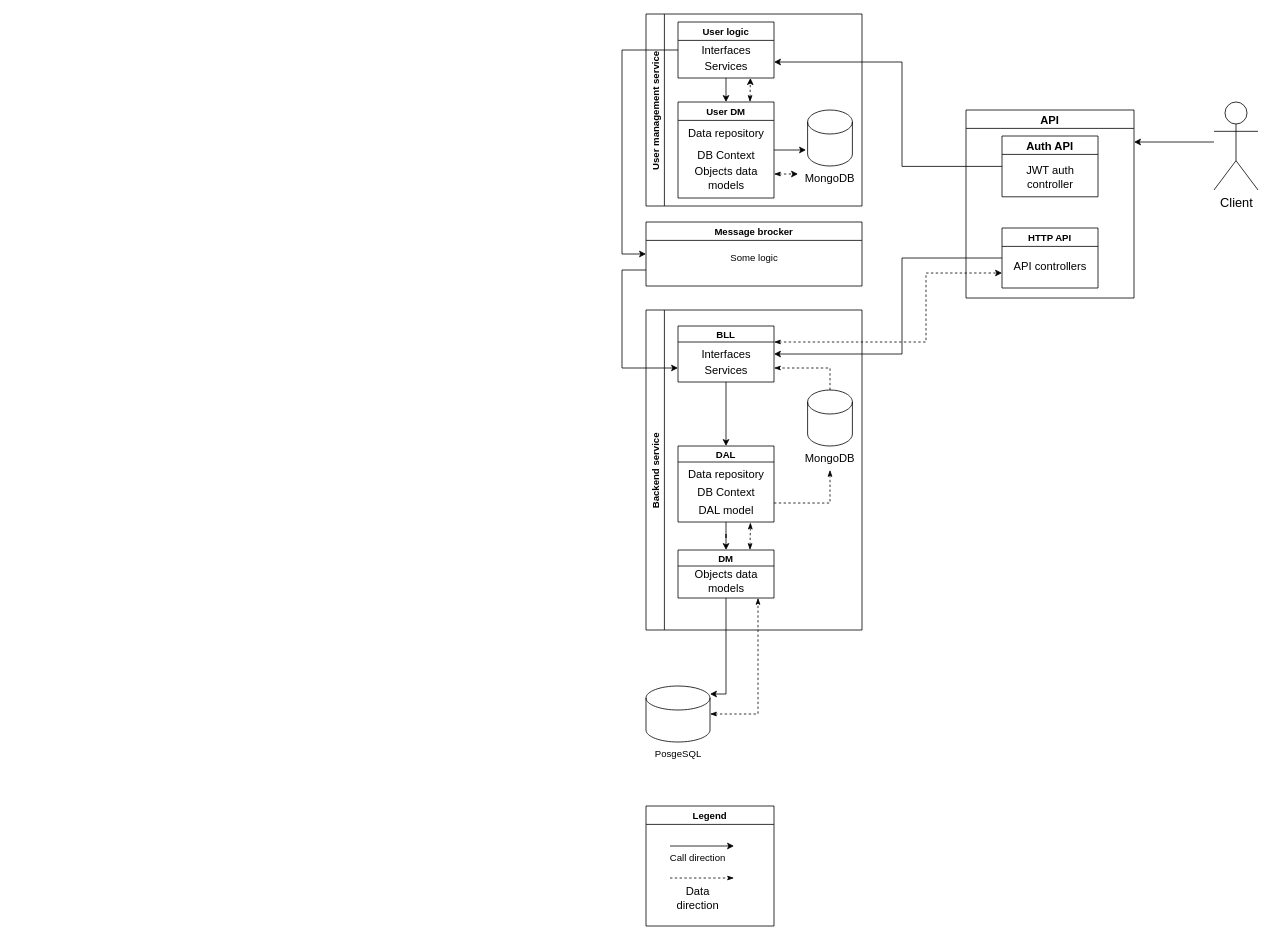
Above: app_flow.drawio in KravchenkoDevelop/SecretSantaGenerator (draw.io), before the change. Source tidied: cells renumbered, new cells numbered last; positions are measured from the earlier drawing's top-left corner, leaving out a move shared by most shapes. Both pictures are drawn from the tidied source at 80%, with x=0, y=0 at pixel (622, 14).
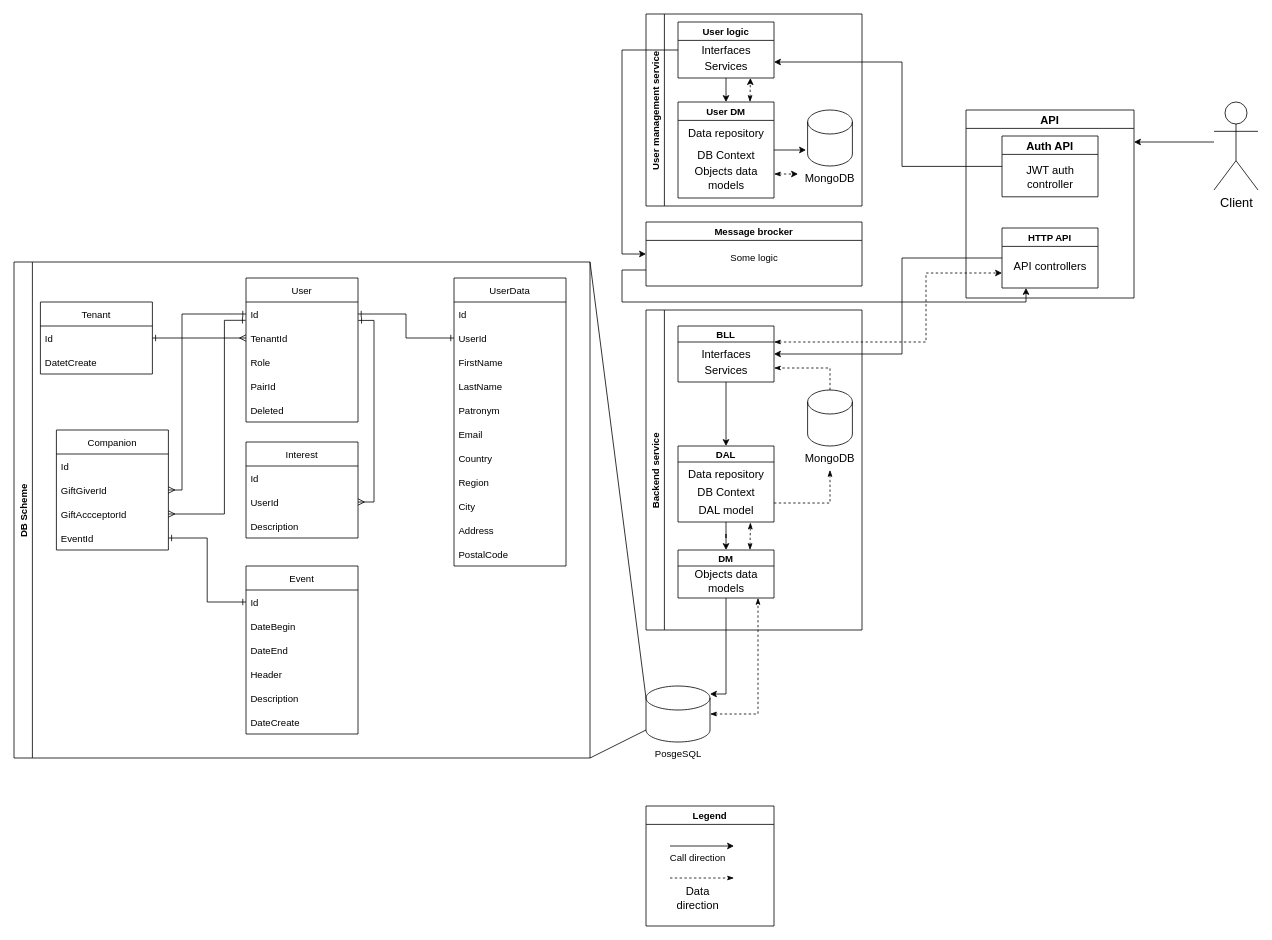
Above is the later version.

Unchanged cells that the change refers to:
```xml
<mxCell id="4" value="BLL" style="swimlane;startSize=20;" parent="2" vertex="1">
  <mxGeometry x="40" y="20" width="120" height="70" as="geometry" />
</mxCell>
<mxCell id="34" value="HTTP API" style="swimlane;" parent="31" vertex="1">
  <mxGeometry x="45" y="147.5" width="120" height="75" as="geometry" />
</mxCell>
<mxCell id="54" style="shape=cylinder3;whiteSpace=wrap;html=1;boundedLbl=1;backgroundOutline=1;size=15;" parent="51" vertex="1">
  <mxGeometry width="80" height="70" as="geometry" />
</mxCell>
<mxCell id="59" value="Message brocker" style="swimlane;" parent="1" vertex="1">
  <mxGeometry x="30" y="260" width="270" height="80" as="geometry" />
</mxCell>
```

What changed in the source:
```diff
@@
-    <mxCell id="58" style="edgeStyle=orthogonalEdgeStyle;rounded=0;jettySize=auto;html=1;exitX=0;exitY=0.75;exitDx=0;exitDy=0;startArrow=none;startFill=0;entryX=0;entryY=0.75;entryDx=0;entryDy=0;" parent="1" edge="1" source="59" target="4">
+    <mxCell id="58" style="edgeStyle=orthogonalEdgeStyle;rounded=0;jettySize=auto;html=1;exitX=0;exitY=0.75;exitDx=0;exitDy=0;startArrow=none;startFill=0;entryX=0.25;entryY=1;entryDx=0;entryDy=0;" parent="1" edge="1" source="59" target="34">
       <mxGeometry relative="1" as="geometry">
         <Array as="points">
           <mxPoint y="320" />
-          <mxPoint y="443" />
+          <mxPoint y="360" />
+          <mxPoint x="505" y="360" />
         </Array>
       </mxGeometry>
     </mxCell>
@@
+    <mxCell id="62" value="DB Scheme" style="swimlane;horizontal=0;" parent="1" vertex="1">
+      <mxGeometry x="-760" y="310" width="720" height="620" as="geometry" />
+    </mxCell>
+    <mxCell id="63" value="User" style="swimlane;fontStyle=0;horizontal=1;startSize=30;" parent="62" vertex="1">
+      <mxGeometry x="290" y="20" width="140" height="180" as="geometry" />
+    </mxCell>
+    <mxCell id="64" value="Id" style="text;strokeColor=none;fillColor=none;align=left;verticalAlign=middle;spacingLeft=4;spacingRight=4;overflow=hidden;points=[[0,0.5],[1,0.5]];portConstraint=eastwest;" parent="63" vertex="1">
+      <mxGeometry y="30" width="140" height="30" as="geometry" />
+    </mxCell>
+    <mxCell id="65" value="TenantId" style="text;strokeColor=none;fillColor=none;align=left;verticalAlign=middle;spacingLeft=4;spacingRight=4;overflow=hidden;points=[[0,0.5],[1,0.5]];portConstraint=eastwest;" parent="63" vertex="1">
+      <mxGeometry y="60" width="140" height="30" as="geometry" />
+    </mxCell>
+    <mxCell id="66" value="Role" style="text;strokeColor=none;fillColor=none;align=left;verticalAlign=middle;spacingLeft=4;spacingRight=4;overflow=hidden;" parent="63" vertex="1">
+      <mxGeometry y="90" width="140" height="30" as="geometry" />
+    </mxCell>
+    <mxCell id="67" value="PairId" style="text;strokeColor=none;fillColor=none;align=left;verticalAlign=middle;spacingLeft=4;spacingRight=4;overflow=hidden;" parent="63" vertex="1">
+      <mxGeometry y="120" width="140" height="30" as="geometry" />
+    </mxCell>
+    <mxCell id="68" value="Deleted" style="text;strokeColor=none;fillColor=none;align=left;verticalAlign=middle;spacingLeft=4;spacingRight=4;overflow=hidden;" parent="63" vertex="1">
+      <mxGeometry y="150" width="140" height="30" as="geometry" />
+    </mxCell>
+    <mxCell id="69" value="UserData" style="swimlane;fontStyle=0;horizontal=1;startSize=30;" parent="62" vertex="1">
+      <mxGeometry x="550" y="20" width="140" height="360" as="geometry" />
+    </mxCell>
+    <mxCell id="70" value="Id" style="text;strokeColor=none;fillColor=none;align=left;verticalAlign=middle;spacingLeft=4;spacingRight=4;overflow=hidden;" parent="69" vertex="1">
+      <mxGeometry y="30" width="140" height="30" as="geometry" />
+    </mxCell>
+    <mxCell id="71" value="UserId" style="text;strokeColor=none;fillColor=none;align=left;verticalAlign=middle;spacingLeft=4;spacingRight=4;overflow=hidden;points=[[0,0.5],[1,0.5]];portConstraint=eastwest;" parent="69" vertex="1">
+      <mxGeometry y="60" width="140" height="30" as="geometry" />
+    </mxCell>
+    <mxCell id="72" value="FirstName" style="text;strokeColor=none;fillColor=none;align=left;verticalAlign=middle;spacingLeft=4;spacingRight=4;overflow=hidden;" parent="69" vertex="1">
+      <mxGeometry y="90" width="140" height="30" as="geometry" />
+    </mxCell>
+    <mxCell id="73" value="LastName" style="text;strokeColor=none;fillColor=none;align=left;verticalAlign=middle;spacingLeft=4;spacingRight=4;overflow=hidden;" parent="69" vertex="1">
+      <mxGeometry y="120" width="140" height="30" as="geometry" />
+    </mxCell>
+    <mxCell id="74" value="Patronym" style="text;strokeColor=none;fillColor=none;align=left;verticalAlign=middle;spacingLeft=4;spacingRight=4;overflow=hidden;" parent="69" vertex="1">
+      <mxGeometry y="150" width="140" height="30" as="geometry" />
+    </mxCell>
+    <mxCell id="75" value="Email" style="text;strokeColor=none;fillColor=none;align=left;verticalAlign=middle;spacingLeft=4;spacingRight=4;overflow=hidden;" parent="69" vertex="1">
+      <mxGeometry y="180" width="140" height="30" as="geometry" />
+    </mxCell>
+    <mxCell id="76" value="Country" style="text;strokeColor=none;fillColor=none;align=left;verticalAlign=middle;spacingLeft=4;spacingRight=4;overflow=hidden;" parent="69" vertex="1">
+      <mxGeometry y="210" width="140" height="30" as="geometry" />
+    </mxCell>
+    <mxCell id="77" value="Region" style="text;strokeColor=none;fillColor=none;align=left;verticalAlign=middle;spacingLeft=4;spacingRight=4;overflow=hidden;" parent="69" vertex="1">
+      <mxGeometry y="240" width="140" height="30" as="geometry" />
+    </mxCell>
+    <mxCell id="78" value="City" style="text;strokeColor=none;fillColor=none;align=left;verticalAlign=middle;spacingLeft=4;spacingRight=4;overflow=hidden;" parent="69" vertex="1">
+      <mxGeometry y="270" width="140" height="30" as="geometry" />
+    </mxCell>
+    <mxCell id="79" value="Address" style="text;strokeColor=none;fillColor=none;align=left;verticalAlign=middle;spacingLeft=4;spacingRight=4;overflow=hidden;" parent="69" vertex="1">
+      <mxGeometry y="300" width="140" height="30" as="geometry" />
+    </mxCell>
+    <mxCell id="80" value="PostalCode" style="text;strokeColor=none;fillColor=none;align=left;verticalAlign=middle;spacingLeft=4;spacingRight=4;overflow=hidden;" parent="69" vertex="1">
+      <mxGeometry y="330" width="140" height="30" as="geometry" />
+    </mxCell>
+    <mxCell id="81" style="edgeStyle=orthogonalEdgeStyle;rounded=0;jettySize=auto;html=1;endArrow=ERone;endFill=0;startArrow=ERone;startFill=0;" parent="62" edge="1" source="64" target="71">
+      <mxGeometry relative="1" as="geometry" />
+    </mxCell>
+    <mxCell id="82" value="Tenant" style="swimlane;fontStyle=0;horizontal=1;startSize=30;" parent="62" vertex="1">
+      <mxGeometry x="33" y="50" width="140" height="90" as="geometry" />
+    </mxCell>
+    <mxCell id="83" value="Id" style="text;strokeColor=none;fillColor=none;align=left;verticalAlign=middle;spacingLeft=4;spacingRight=4;overflow=hidden;points=[[0,0.5],[1,0.5]];portConstraint=eastwest;" parent="82" vertex="1">
+      <mxGeometry y="30" width="140" height="30" as="geometry" />
+    </mxCell>
+    <mxCell id="84" value="DatetCreate" style="text;strokeColor=none;fillColor=none;align=left;verticalAlign=middle;spacingLeft=4;spacingRight=4;overflow=hidden;" parent="82" vertex="1">
+      <mxGeometry y="60" width="140" height="30" as="geometry" />
+    </mxCell>
+    <mxCell id="85" style="edgeStyle=orthogonalEdgeStyle;rounded=0;jettySize=auto;html=1;startArrow=ERone;startFill=0;endArrow=ERmany;endFill=0;" parent="62" edge="1" source="83" target="65">
+      <mxGeometry relative="1" as="geometry" />
+    </mxCell>
+    <mxCell id="86" value="Companion" style="swimlane;fontStyle=0;horizontal=1;startSize=30;" parent="62" vertex="1">
+      <mxGeometry x="53" y="210" width="140" height="150" as="geometry" />
+    </mxCell>
+    <mxCell id="87" value="Id" style="text;strokeColor=none;fillColor=none;align=left;verticalAlign=middle;spacingLeft=4;spacingRight=4;overflow=hidden;" parent="86" vertex="1">
+      <mxGeometry y="30" width="140" height="30" as="geometry" />
+    </mxCell>
+    <mxCell id="88" value="GiftGiverId" style="text;strokeColor=none;fillColor=none;align=left;verticalAlign=middle;spacingLeft=4;spacingRight=4;overflow=hidden;points=[[0,0.5],[1,0.5]];portConstraint=eastwest;" parent="86" vertex="1">
+      <mxGeometry y="60" width="140" height="30" as="geometry" />
+    </mxCell>
+    <mxCell id="89" value="GiftAccceptorId" style="text;strokeColor=none;fillColor=none;align=left;verticalAlign=middle;spacingLeft=4;spacingRight=4;overflow=hidden;points=[[0,0.5],[1,0.5]];portConstraint=eastwest;" parent="86" vertex="1">
+      <mxGeometry y="90" width="140" height="30" as="geometry" />
+    </mxCell>
+    <mxCell id="90" value="EventId" style="text;strokeColor=none;fillColor=none;align=left;verticalAlign=middle;spacingLeft=4;spacingRight=4;overflow=hidden;points=[[0,0.5],[1,0.5]];portConstraint=eastwest;" parent="86" vertex="1">
+      <mxGeometry y="120" width="140" height="30" as="geometry" />
+    </mxCell>
+    <mxCell id="91" style="edgeStyle=orthogonalEdgeStyle;rounded=0;jettySize=auto;html=1;exitX=1;exitY=0.5;exitDx=0;exitDy=0;startArrow=ERmany;startFill=0;endArrow=ERone;endFill=0;entryX=-0.003;entryY=0.763;entryDx=0;entryDy=0;entryPerimeter=0;" parent="62" edge="1" source="89" target="64">
+      <mxGeometry relative="1" as="geometry">
+        <Array as="points">
+          <mxPoint x="263" y="315" />
+          <mxPoint x="263" y="73" />
+        </Array>
+      </mxGeometry>
+    </mxCell>
+    <mxCell id="92" value="Event" style="swimlane;fontStyle=0;horizontal=1;startSize=30;" parent="62" vertex="1">
+      <mxGeometry x="290" y="380" width="140" height="210" as="geometry" />
+    </mxCell>
+    <mxCell id="93" value="Id" style="text;strokeColor=none;fillColor=none;align=left;verticalAlign=middle;spacingLeft=4;spacingRight=4;overflow=hidden;points=[[0,0.5],[1,0.5]];portConstraint=eastwest;" parent="92" vertex="1">
+      <mxGeometry y="30" width="140" height="30" as="geometry" />
+    </mxCell>
+    <mxCell id="94" value="DateBegin" style="text;strokeColor=none;fillColor=none;align=left;verticalAlign=middle;spacingLeft=4;spacingRight=4;overflow=hidden;" parent="92" vertex="1">
+      <mxGeometry y="60" width="140" height="30" as="geometry" />
+    </mxCell>
+    <mxCell id="95" value="DateEnd" style="text;strokeColor=none;fillColor=none;align=left;verticalAlign=middle;spacingLeft=4;spacingRight=4;overflow=hidden;" parent="92" vertex="1">
+      <mxGeometry y="90" width="140" height="30" as="geometry" />
+    </mxCell>
+    <mxCell id="96" value="Header" style="text;strokeColor=none;fillColor=none;align=left;verticalAlign=middle;spacingLeft=4;spacingRight=4;overflow=hidden;" parent="92" vertex="1">
+      <mxGeometry y="120" width="140" height="30" as="geometry" />
+    </mxCell>
+    <mxCell id="97" value="Description" style="text;strokeColor=none;fillColor=none;align=left;verticalAlign=middle;spacingLeft=4;spacingRight=4;overflow=hidden;" parent="92" vertex="1">
+      <mxGeometry y="150" width="140" height="30" as="geometry" />
+    </mxCell>
+    <mxCell id="98" value="DateCreate" style="text;strokeColor=none;fillColor=none;align=left;verticalAlign=middle;spacingLeft=4;spacingRight=4;overflow=hidden;" parent="92" vertex="1">
+      <mxGeometry y="180" width="140" height="30" as="geometry" />
+    </mxCell>
+    <mxCell id="99" style="edgeStyle=orthogonalEdgeStyle;rounded=0;jettySize=auto;html=1;exitX=0;exitY=0.5;exitDx=0;exitDy=0;entryX=1;entryY=0.5;entryDx=0;entryDy=0;startArrow=ERone;startFill=0;endArrow=ERone;endFill=0;" parent="62" edge="1" source="93" target="90">
+      <mxGeometry relative="1" as="geometry" />
+    </mxCell>
+    <mxCell id="100" style="edgeStyle=orthogonalEdgeStyle;rounded=0;jettySize=auto;html=1;startArrow=ERmany;startFill=0;endArrow=ERone;endFill=0;entryX=0;entryY=0.25;entryDx=0;entryDy=0;" parent="62" edge="1" source="88" target="63">
+      <mxGeometry relative="1" as="geometry">
+        <Array as="points">
+          <mxPoint x="210" y="285" />
+          <mxPoint x="210" y="65" />
+        </Array>
+      </mxGeometry>
+    </mxCell>
+    <mxCell id="101" value="Interest" style="swimlane;fontStyle=0;horizontal=1;startSize=30;" parent="62" vertex="1">
+      <mxGeometry x="290" y="225" width="140" height="120" as="geometry" />
+    </mxCell>
+    <mxCell id="102" value="Id" style="text;strokeColor=none;fillColor=none;align=left;verticalAlign=middle;spacingLeft=4;spacingRight=4;overflow=hidden;" parent="101" vertex="1">
+      <mxGeometry y="30" width="140" height="30" as="geometry" />
+    </mxCell>
+    <mxCell id="103" value="UserId" style="text;strokeColor=none;fillColor=none;align=left;verticalAlign=middle;spacingLeft=4;spacingRight=4;overflow=hidden;points=[[0,0.5],[1,0.5]];portConstraint=eastwest;" parent="101" vertex="1">
+      <mxGeometry y="60" width="140" height="30" as="geometry" />
+    </mxCell>
+    <mxCell id="104" value="Description" style="text;strokeColor=none;fillColor=none;align=left;verticalAlign=middle;spacingLeft=4;spacingRight=4;overflow=hidden;" parent="101" vertex="1">
+      <mxGeometry y="90" width="140" height="30" as="geometry" />
+    </mxCell>
+    <mxCell id="105" style="edgeStyle=orthogonalEdgeStyle;rounded=0;jettySize=auto;html=1;entryX=1.003;entryY=0.767;entryDx=0;entryDy=0;entryPerimeter=0;startArrow=ERmany;startFill=0;endArrow=ERone;endFill=0;" parent="62" edge="1" source="103" target="64">
+      <mxGeometry relative="1" as="geometry">
+        <Array as="points">
+          <mxPoint x="450" y="300" />
+          <mxPoint x="450" y="73" />
+        </Array>
+      </mxGeometry>
+    </mxCell>
+    <mxCell id="106" style="endArrow=none;html=1;rounded=0;entryX=1;entryY=0;entryDx=0;entryDy=0;exitX=0;exitY=0;exitDx=0;exitDy=15;exitPerimeter=0;" parent="1" edge="1" source="54" target="62">
+      <mxGeometry relative="1" as="geometry" />
+    </mxCell>
+    <mxCell id="107" style="endArrow=none;html=1;rounded=0;entryX=0;entryY=1;entryDx=0;entryDy=-15;entryPerimeter=0;exitX=1;exitY=1;exitDx=0;exitDy=0;" parent="1" edge="1" source="62" target="54">
+      <mxGeometry relative="1" as="geometry" />
+    </mxCell>
```
